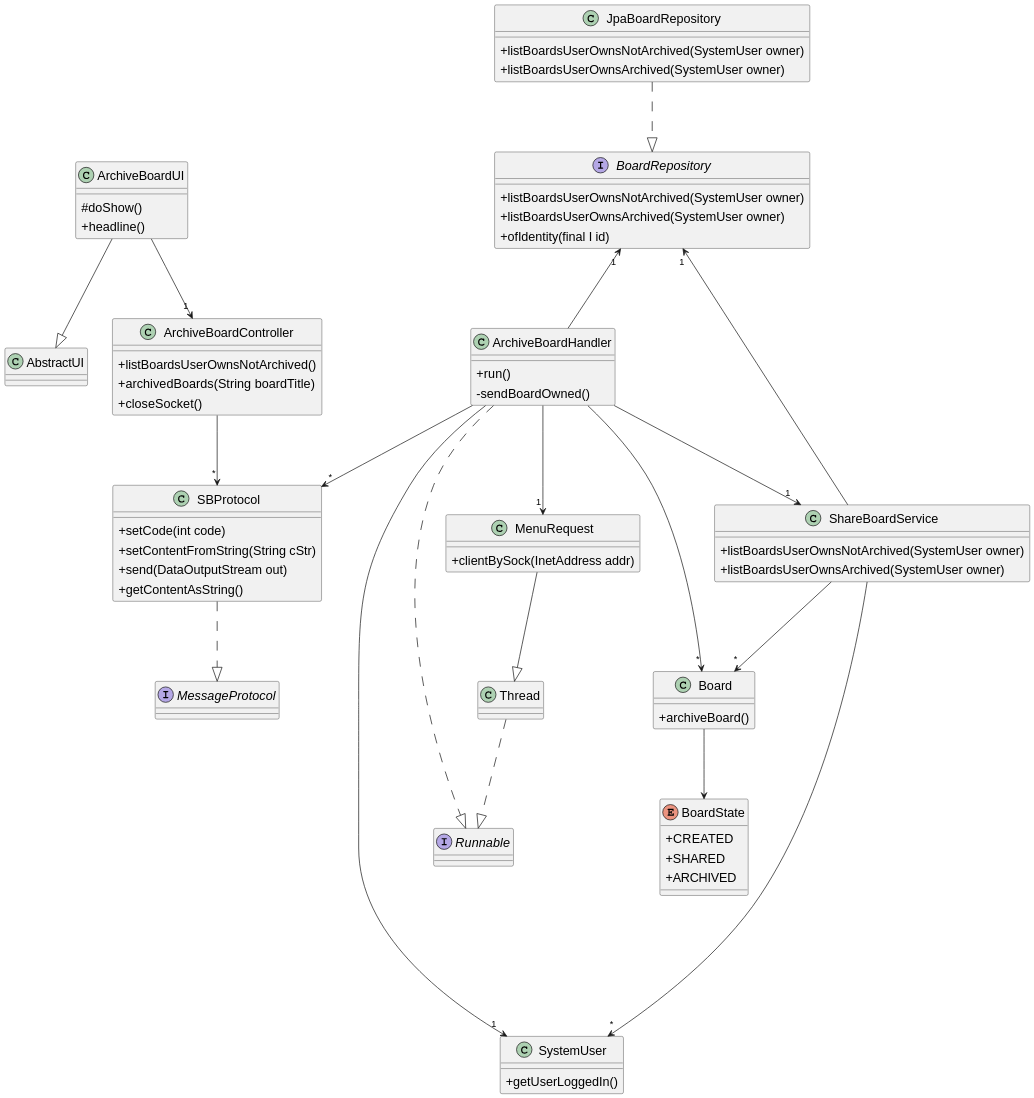
The PlantUML diagram docs/us_3010/CD.svg in jovami/isep-lapr4, before a commit.
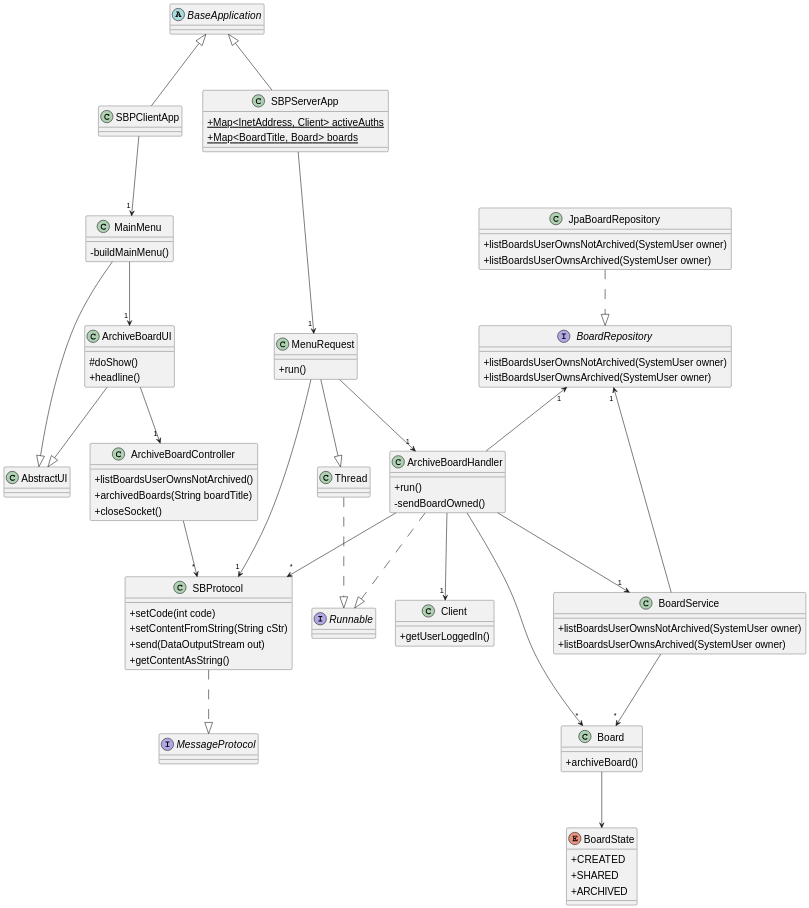
The same diagram one commit later.

Diff of the diagram source:
```diff
@@ -13,7 +13,6 @@
 {
   +listBoardsUserOwnsNotArchived(SystemUser owner)
   +listBoardsUserOwnsArchived(SystemUser owner)
-  +ofIdentity(final I id)
  }
 
 class AbstractUI
@@ -42,7 +41,7 @@
 
 class MenuRequest
 {
-+ clientBySock(InetAddress addr)
++run()
 }
 
 class Thread
@@ -67,12 +66,12 @@
 +listBoardsUserOwnsArchived(SystemUser owner)
 }
 
-class SystemUser
+class Client
 {
     +getUserLoggedIn()
 }
 
-class ShareBoardService
+class BoardService
 {
  +listBoardsUserOwnsNotArchived(SystemUser owner)
  +listBoardsUserOwnsArchived(SystemUser owner)
@@ -90,11 +89,28 @@
     +archiveBoard()
 }
 
+class SBPClientApp
+
+class SBPServerApp
+{
++{static}Map<InetAddress, Client> activeAuths
++{static}Map<BoardTitle, Board> boards
+
+}
+
+abstract class BaseApplication
+
+class MainMenu
+{
+-buildMainMenu()
+}
 
 
 ArchiveBoardUI --|> AbstractUI
 MenuRequest --|> Thread
-
+SBPClientApp -up-|> BaseApplication
+SBPServerApp -up-|> BaseApplication
+MainMenu --|> AbstractUI
 
 ArchiveBoardUI --> "1" ArchiveBoardController
 ArchiveBoardController --> "*" SBProtocol
@@ -102,17 +118,24 @@
 ArchiveBoardHandler --> "*" SBProtocol
 ArchiveBoardHandler -up-> "1" BoardRepository
 
-ArchiveBoardHandler --> "1" MenuRequest
-ArchiveBoardHandler --> "1" SystemUser
-ArchiveBoardHandler --> "1" ShareBoardService
 
-ShareBoardService  --> "1" BoardRepository
-ShareBoardService  --> "*" Board
-ShareBoardService  -----> "*" SystemUser
+ArchiveBoardHandler --> "1" Client
+ArchiveBoardHandler --> "1" BoardService
+
+BoardService  --> "1" BoardRepository
+BoardService  --> "*" Board
 
 ArchiveBoardHandler --> "*" Board
 
 Board --> BoardState
+
+MenuRequest --> "1" SBProtocol
+MainMenu --> "1" ArchiveBoardUI
+SBPClientApp --> "1" MainMenu
+SBPServerApp --> "1" MenuRequest
+MenuRequest --> "1" ArchiveBoardHandler
+
+
 
 ArchiveBoardHandler ..|> Runnable
 Thread ..|> Runnable
```
